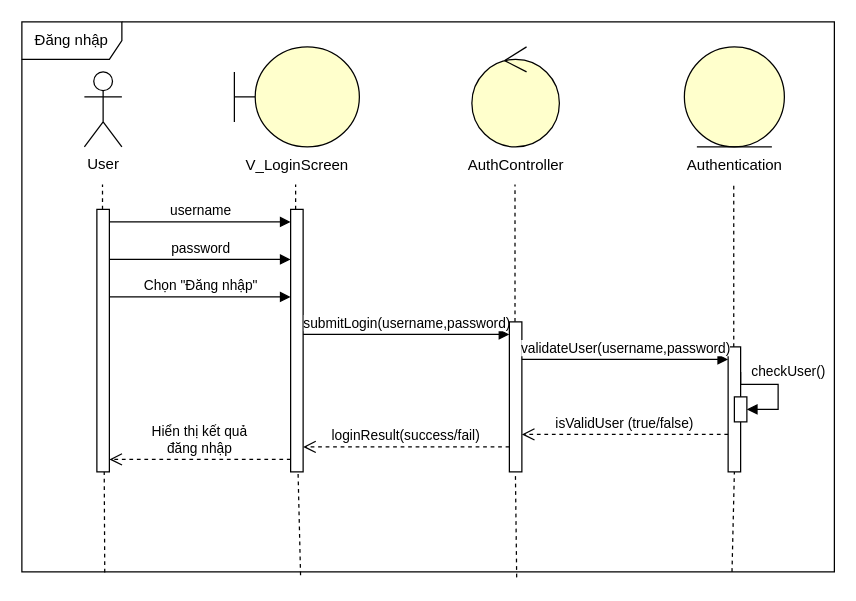
Above: Sequence diagram/Login/login.drawio in cuongceg/BTL-IT3120 (draw.io), before the change. Source tidied: cells renumbered, new cells numbered last; positions are measured from the earlier drawing's top-left corner, leaving out a move shared by most shapes. Both pictures are drawn from the tidied source at 125%, with x=0, y=0 at pixel (21, 21).
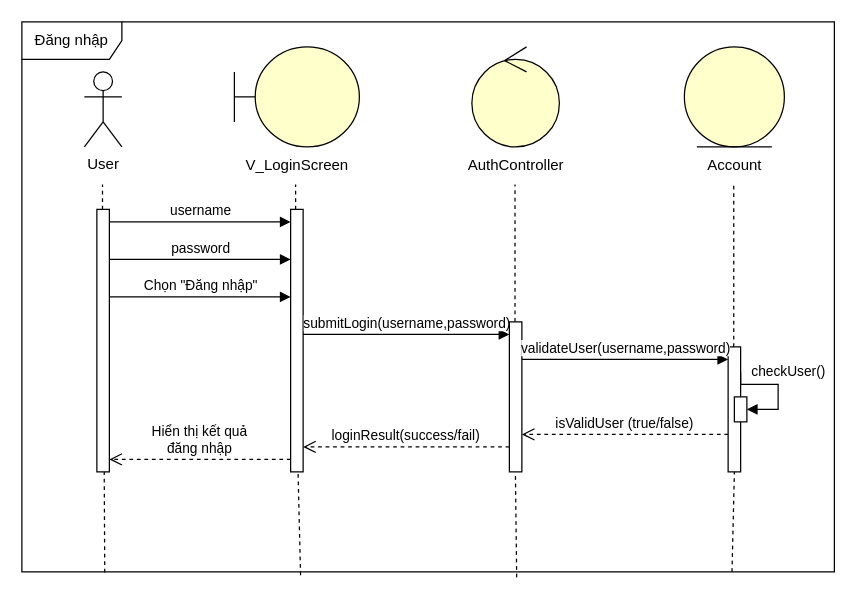
The same diagram, later.

Commit message:
Cập nhật login.drawio

The edit, as a diff of the source:
```diff
@@
-    <mxCell id="28" value="&lt;span style=&quot;text-wrap-mode: wrap;&quot;&gt;Authentication&lt;/span&gt;" style="text;html=1;align=center;verticalAlign=middle;strokeColor=none;fillColor=none;" parent="1" vertex="1">
-      <mxGeometry x="520" y="100" width="100" height="30" as="geometry" />
+    <mxCell id="28" value="&lt;span style=&quot;text-wrap-mode: wrap;&quot;&gt;Account&lt;/span&gt;" style="text;html=1;align=center;verticalAlign=middle;strokeColor=none;fillColor=none;" parent="1" vertex="1">
+      <mxGeometry x="535" y="100" width="70" height="30" as="geometry" />
     </mxCell>
```
